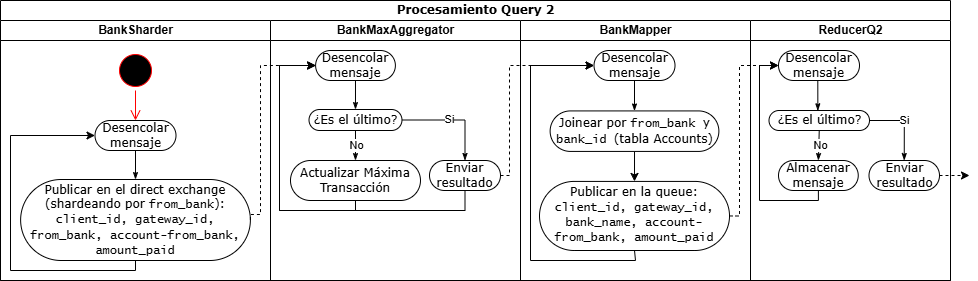
Earlier version of the draw.io export docs/diagramas/diagrama_actividades_q2.png (LucianaLarrosa/tp-distribuidos-moneylaundering). Source tidied: cells renumbered, new cells last; positions are measured from the earlier drawing's top-left corner, leaving out a move shared by most shapes.
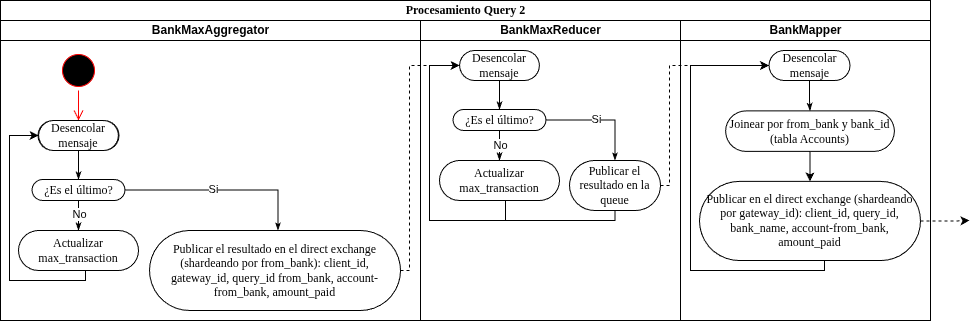
Later version of the same file.

Change to the diagram source:
```diff
@@ -3,73 +3,91 @@
     <mxCell id="0" />
     <mxCell id="1" parent="0" />
     <mxCell id="2" value="Procesamiento Query 2" style="swimlane;html=1;startSize=20;rounded=0;shadow=0;comic=0;labelBackgroundColor=none;strokeWidth=1;fontFamily=Verdana;fontSize=12;align=center;" parent="1" vertex="1">
-      <mxGeometry width="950" height="280" as="geometry" />
+      <mxGeometry width="930" height="320" as="geometry" />
     </mxCell>
-    <mxCell id="3" value="BankSharder" style="swimlane;html=1;startSize=20;align=center;" parent="2" vertex="1">
-      <mxGeometry y="20" width="270" height="260" as="geometry" />
+    <mxCell id="3" value="BankMaxAggregator" style="swimlane;html=1;startSize=20;align=center;" parent="2" vertex="1">
+      <mxGeometry y="20" width="420" height="300" as="geometry" />
     </mxCell>
-    <mxCell id="4" style="edgeStyle=orthogonalEdgeStyle;rounded=0;html=1;labelBackgroundColor=none;startArrow=none;startFill=0;startSize=5;endArrow=classicThin;endFill=1;endSize=5;jettySize=auto;strokeWidth=1;fontFamily=Verdana;fontSize=12;entryX=0.5;entryY=0;entryDx=0;entryDy=0;exitX=0.5;exitY=1;exitDx=0;exitDy=0;" parent="3" edge="1" source="6" target="5">
-      <mxGeometry relative="1" as="geometry">
-        <Array as="points">
-          <mxPoint x="135" y="130" />
-          <mxPoint x="135" y="159" />
-        </Array>
-      </mxGeometry>
-    </mxCell>
-    <mxCell id="5" value="Publicar en el direct exchange (shardeando por &lt;font face=&quot;Lucida Console&quot;&gt;from_bank&lt;/font&gt;): &lt;font face=&quot;Lucida Console&quot;&gt;client_id, gateway_id, from_bank, account-from_bank, amount_paid&lt;/font&gt;" style="rounded=1;whiteSpace=wrap;html=1;shadow=0;comic=0;labelBackgroundColor=none;strokeWidth=1;fontFamily=Verdana;fontSize=12;align=center;arcSize=50;" parent="3" vertex="1">
-      <mxGeometry x="20.1" y="159" width="229.8" height="81" as="geometry" />
-    </mxCell>
     <mxCell id="6" value="Desencolar mensaje" style="rounded=1;whiteSpace=wrap;html=1;shadow=0;comic=0;labelBackgroundColor=none;strokeWidth=1;fontFamily=Verdana;fontSize=12;align=center;arcSize=50;" parent="3" vertex="1">
-      <mxGeometry x="94.5" y="100" width="81" height="30" as="geometry" />
+      <mxGeometry x="37.5" y="100" width="81" height="30" as="geometry" />
     </mxCell>
-    <mxCell id="7" style="edgeStyle=orthogonalEdgeStyle;rounded=0;jettySize=auto;html=1;exitX=0.5;exitY=1;exitDx=0;exitDy=0;entryX=0;entryY=0.5;entryDx=0;entryDy=0;" parent="3" edge="1" source="5" target="6">
-      <mxGeometry relative="1" as="geometry">
-        <Array as="points">
-          <mxPoint x="135" y="250" />
-          <mxPoint x="10" y="250" />
-          <mxPoint x="10" y="115" />
-        </Array>
-      </mxGeometry>
-    </mxCell>
     <mxCell id="8" style="ellipse;html=1;shape=startState;fillColor=#000000;strokeColor=#ff0000;" parent="3" vertex="1">
-      <mxGeometry x="115" y="30" width="40" height="40" as="geometry" />
+      <mxGeometry x="58" y="30" width="40" height="40" as="geometry" />
     </mxCell>
     <mxCell id="9" style="edgeStyle=orthogonalEdgeStyle;html=1;verticalAlign=bottom;endArrow=open;endSize=8;strokeColor=#ff0000;rounded=0;entryX=0.5;entryY=0;entryDx=0;entryDy=0;" parent="3" edge="1" source="8" target="6">
       <mxGeometry relative="1" as="geometry" />
     </mxCell>
+    <mxCell id="42" style="edgeStyle=orthogonalEdgeStyle;rounded=0;html=1;labelBackgroundColor=none;startArrow=none;startFill=0;startSize=5;endArrow=classicThin;endFill=1;endSize=5;jettySize=auto;strokeWidth=1;fontFamily=Verdana;fontSize=12;entryX=0.5;entryY=0;entryDx=0;entryDy=0;exitX=0.5;exitY=1;exitDx=0;exitDy=0;" parent="3" edge="1" source="37" target="43">
+      <mxGeometry relative="1" as="geometry" />
+    </mxCell>
+    <mxCell id="37" value="Desencolar mensaje" style="rounded=1;whiteSpace=wrap;html=1;shadow=0;comic=0;labelBackgroundColor=none;strokeWidth=1;fontFamily=Verdana;fontSize=12;align=center;arcSize=50;" parent="3" vertex="1">
+      <mxGeometry x="38.1" y="100" width="79.8" height="30" as="geometry" />
+    </mxCell>
+    <mxCell id="44" value="Actualizar &lt;font face=&quot;Lucida Console&quot;&gt;max_transaction&lt;/font&gt;" style="rounded=1;whiteSpace=wrap;html=1;shadow=0;comic=0;labelBackgroundColor=none;strokeWidth=1;fontFamily=Verdana;fontSize=12;align=center;arcSize=50;" parent="3" vertex="1">
+      <mxGeometry x="18" y="210" width="120" height="40" as="geometry" />
+    </mxCell>
+    <mxCell id="45" style="edgeStyle=orthogonalEdgeStyle;rounded=0;jettySize=auto;html=1;exitX=0.5;exitY=1;exitDx=0;exitDy=0;entryX=0;entryY=0.5;entryDx=0;entryDy=0;" parent="3" edge="1" source="44" target="37">
+      <mxGeometry relative="1" as="geometry">
+        <Array as="points">
+          <mxPoint x="85" y="260" />
+          <mxPoint x="9" y="260" />
+          <mxPoint x="9" y="115" />
+        </Array>
+      </mxGeometry>
+    </mxCell>
+    <mxCell id="46" style="edgeStyle=none;rounded=0;html=1;labelBackgroundColor=none;startArrow=none;startFill=0;startSize=5;endArrow=classicThin;endFill=1;endSize=5;jettySize=auto;strokeWidth=1;fontFamily=Verdana;fontSize=12;entryX=0.5;entryY=0;entryDx=0;entryDy=0;exitX=0.5;exitY=1;exitDx=0;exitDy=0;" parent="3" edge="1" source="43" target="44">
+      <mxGeometry relative="1" as="geometry" />
+    </mxCell>
+    <mxCell id="41" value="No" style="edgeLabel;html=1;align=center;verticalAlign=middle;" parent="46" vertex="1">
+      <mxGeometry x="-0.09" y="1" relative="1" as="geometry" />
+    </mxCell>
+    <mxCell id="43" value="¿Es el último?" style="rounded=1;whiteSpace=wrap;html=1;shadow=0;comic=0;labelBackgroundColor=none;strokeWidth=1;fontFamily=Verdana;fontSize=12;align=center;arcSize=50;" parent="3" vertex="1">
+      <mxGeometry x="31.5" y="159" width="93" height="21" as="geometry" />
+    </mxCell>
+    <mxCell id="47" style="edgeStyle=orthogonalEdgeStyle;rounded=0;html=1;labelBackgroundColor=none;startArrow=none;startFill=0;startSize=5;endArrow=classicThin;endFill=1;endSize=5;jettySize=auto;strokeWidth=1;fontFamily=Verdana;fontSize=12;entryX=0.5;entryY=0;entryDx=0;entryDy=0;exitX=1;exitY=0.5;exitDx=0;exitDy=0;" parent="3" edge="1" source="43">
+      <mxGeometry relative="1" as="geometry">
+        <mxPoint x="277.5" y="210" as="targetPoint" />
+      </mxGeometry>
+    </mxCell>
+    <mxCell id="36" value="Si" style="edgeLabel;html=1;align=center;verticalAlign=middle;" parent="47" vertex="1">
+      <mxGeometry x="-0.09" y="1" relative="1" as="geometry" />
+    </mxCell>
+    <mxCell id="5" value="Publicar el resultado en el direct exchange (shardeando por &lt;font face=&quot;Lucida Console&quot;&gt;from_bank&lt;/font&gt;): &lt;font face=&quot;Lucida Console&quot;&gt;client_id, gateway_id, query_id from_bank, account-from_bank, amount_paid&lt;/font&gt;" style="rounded=1;whiteSpace=wrap;html=1;shadow=0;comic=0;labelBackgroundColor=none;strokeWidth=1;fontFamily=Verdana;fontSize=12;align=center;arcSize=50;" parent="3" vertex="1">
+      <mxGeometry x="149" y="210" width="251" height="80" as="geometry" />
+    </mxCell>
     <mxCell id="10" style="rounded=0;jettySize=auto;html=1;entryX=0;entryY=0.5;entryDx=0;entryDy=0;dashed=1;edgeStyle=orthogonalEdgeStyle;exitX=1;exitY=0.5;exitDx=0;exitDy=0;" parent="2" edge="1" source="21" target="30">
       <mxGeometry relative="1" as="geometry">
         <Array as="points">
-          <mxPoint x="509" y="175" />
-          <mxPoint x="509" y="65" />
+          <mxPoint x="669" y="185" />
+          <mxPoint x="669" y="65" />
         </Array>
       </mxGeometry>
     </mxCell>
-    <mxCell id="11" style="edgeStyle=orthogonalEdgeStyle;rounded=0;jettySize=auto;html=1;entryX=0;entryY=0.5;entryDx=0;entryDy=0;dashed=1;exitX=1;exitY=0.5;exitDx=0;exitDy=0;" parent="2" edge="1" source="26" target="37">
+    <mxCell id="11" style="edgeStyle=orthogonalEdgeStyle;rounded=0;jettySize=auto;html=1;dashed=1;exitX=1;exitY=0.5;exitDx=0;exitDy=0;" parent="2" edge="1" source="26">
       <mxGeometry relative="1" as="geometry">
+        <mxPoint x="969" y="220" as="targetPoint" />
         <Array as="points">
-          <mxPoint x="739" y="215" />
-          <mxPoint x="739" y="65" />
+          <mxPoint x="955" y="220" />
         </Array>
       </mxGeometry>
     </mxCell>
-    <mxCell id="12" value="BankMaxAggregator" style="swimlane;html=1;startSize=20;align=center;" parent="2" vertex="1">
-      <mxGeometry x="270" y="20" width="250" height="260" as="geometry" />
+    <mxCell id="12" value="BankMaxReducer" style="swimlane;html=1;startSize=20;align=center;" parent="2" vertex="1">
+      <mxGeometry x="420" y="20" width="260" height="300" as="geometry" />
     </mxCell>
     <mxCell id="13" style="edgeStyle=orthogonalEdgeStyle;rounded=0;html=1;labelBackgroundColor=none;startArrow=none;startFill=0;startSize=5;endArrow=classicThin;endFill=1;endSize=5;jettySize=auto;strokeWidth=1;fontFamily=Verdana;fontSize=12;entryX=0.5;entryY=0;entryDx=0;entryDy=0;exitX=0.5;exitY=1;exitDx=0;exitDy=0;" parent="12" edge="1" source="14" target="19">
       <mxGeometry relative="1" as="geometry" />
     </mxCell>
     <mxCell id="14" value="Desencolar mensaje" style="rounded=1;whiteSpace=wrap;html=1;shadow=0;comic=0;labelBackgroundColor=none;strokeWidth=1;fontFamily=Verdana;fontSize=12;align=center;arcSize=50;" parent="12" vertex="1">
-      <mxGeometry x="45.1" y="30" width="79.8" height="30" as="geometry" />
+      <mxGeometry x="39.1" y="30" width="79.8" height="30" as="geometry" />
     </mxCell>
-    <mxCell id="15" value="Actualizar Máxima Transacción" style="rounded=1;whiteSpace=wrap;html=1;shadow=0;comic=0;labelBackgroundColor=none;strokeWidth=1;fontFamily=Verdana;fontSize=12;align=center;arcSize=50;" parent="12" vertex="1">
-      <mxGeometry x="20" y="140" width="130" height="40" as="geometry" />
+    <mxCell id="15" value="Actualizar &lt;font face=&quot;Lucida Console&quot;&gt;max_transaction&lt;/font&gt;" style="rounded=1;whiteSpace=wrap;html=1;shadow=0;comic=0;labelBackgroundColor=none;strokeWidth=1;fontFamily=Verdana;fontSize=12;align=center;arcSize=50;" parent="12" vertex="1">
+      <mxGeometry x="19" y="140" width="120" height="40" as="geometry" />
     </mxCell>
     <mxCell id="16" style="edgeStyle=orthogonalEdgeStyle;rounded=0;jettySize=auto;html=1;exitX=0.5;exitY=1;exitDx=0;exitDy=0;entryX=0;entryY=0.5;entryDx=0;entryDy=0;" parent="12" edge="1" source="15" target="14">
       <mxGeometry relative="1" as="geometry">
         <Array as="points">
-          <mxPoint x="85" y="190" />
-          <mxPoint x="9" y="190" />
+          <mxPoint x="85" y="200" />
+          <mxPoint x="9" y="200" />
           <mxPoint x="9" y="45" />
         </Array>
       </mxGeometry>
@@ -81,19 +99,19 @@
       <mxGeometry x="-0.09" y="1" relative="1" as="geometry" />
     </mxCell>
     <mxCell id="19" value="¿Es el último?" style="rounded=1;whiteSpace=wrap;html=1;shadow=0;comic=0;labelBackgroundColor=none;strokeWidth=1;fontFamily=Verdana;fontSize=12;align=center;arcSize=50;" parent="12" vertex="1">
-      <mxGeometry x="38.5" y="89" width="93" height="21" as="geometry" />
+      <mxGeometry x="32.5" y="89" width="93" height="21" as="geometry" />
     </mxCell>
     <mxCell id="20" style="edgeStyle=orthogonalEdgeStyle;rounded=0;jettySize=auto;html=1;exitX=0.5;exitY=1;exitDx=0;exitDy=0;entryX=0;entryY=0.5;entryDx=0;entryDy=0;" parent="12" edge="1" source="21" target="14">
       <mxGeometry relative="1" as="geometry">
         <Array as="points">
-          <mxPoint x="195" y="190" />
-          <mxPoint x="9" y="190" />
+          <mxPoint x="195" y="200" />
+          <mxPoint x="9" y="200" />
           <mxPoint x="9" y="45" />
         </Array>
       </mxGeometry>
     </mxCell>
-    <mxCell id="21" value="Enviar resultado" style="rounded=1;whiteSpace=wrap;html=1;shadow=0;comic=0;labelBackgroundColor=none;strokeWidth=1;fontFamily=Verdana;fontSize=12;align=center;arcSize=50;" parent="12" vertex="1">
-      <mxGeometry x="159" y="140" width="71" height="30" as="geometry" />
+    <mxCell id="21" value="Publicar el resultado en la queue" style="rounded=1;whiteSpace=wrap;html=1;shadow=0;comic=0;labelBackgroundColor=none;strokeWidth=1;fontFamily=Verdana;fontSize=12;align=center;arcSize=50;" parent="12" vertex="1">
+      <mxGeometry x="149" y="140" width="91" height="50" as="geometry" />
     </mxCell>
     <mxCell id="22" style="edgeStyle=orthogonalEdgeStyle;rounded=0;html=1;labelBackgroundColor=none;startArrow=none;startFill=0;startSize=5;endArrow=classicThin;endFill=1;endSize=5;jettySize=auto;strokeWidth=1;fontFamily=Verdana;fontSize=12;entryX=0.5;entryY=0;entryDx=0;entryDy=0;exitX=1;exitY=0.5;exitDx=0;exitDy=0;" parent="12" edge="1" source="19" target="21">
       <mxGeometry relative="1" as="geometry" />
@@ -101,89 +119,45 @@
     <mxCell id="23" value="Si" style="edgeLabel;html=1;align=center;verticalAlign=middle;" parent="22" vertex="1">
       <mxGeometry x="-0.09" y="1" relative="1" as="geometry" />
     </mxCell>
+    <mxCell id="31" style="edgeStyle=orthogonalEdgeStyle;rounded=0;jettySize=auto;html=1;exitX=1;exitY=0.5;exitDx=0;exitDy=0;entryX=0;entryY=0.5;entryDx=0;entryDy=0;dashed=1;" parent="2" edge="1" source="5" target="14">
+      <mxGeometry relative="1" as="geometry">
+        <Array as="points">
+          <mxPoint x="409" y="270" />
+          <mxPoint x="409" y="65" />
+        </Array>
+      </mxGeometry>
+    </mxCell>
     <mxCell id="24" value="BankMapper" style="swimlane;html=1;startSize=20;align=center;" parent="2" vertex="1">
-      <mxGeometry x="520" y="20" width="230" height="260" as="geometry" />
+      <mxGeometry x="680" y="20" width="250" height="300" as="geometry" />
     </mxCell>
     <mxCell id="25" style="edgeStyle=orthogonalEdgeStyle;rounded=0;html=1;labelBackgroundColor=none;startArrow=none;startFill=0;startSize=5;endArrow=classicThin;endFill=1;endSize=5;jettySize=auto;strokeWidth=1;fontFamily=Verdana;fontSize=12;entryX=0.5;entryY=0;entryDx=0;entryDy=0;" parent="24" edge="1" source="30" target="28">
       <mxGeometry relative="1" as="geometry" />
     </mxCell>
-    <mxCell id="26" value="Publicar en la queue: &lt;font face=&quot;Lucida Console&quot;&gt;client_id, gateway_id, bank_name, account-from_bank, amount_paid&lt;/font&gt;" style="rounded=1;whiteSpace=wrap;html=1;shadow=0;comic=0;labelBackgroundColor=none;strokeWidth=1;fontFamily=Verdana;fontSize=12;align=center;arcSize=50;" parent="24" vertex="1">
-      <mxGeometry x="19" y="160.9" width="190" height="69.1" as="geometry" />
+    <mxCell id="26" value="Publicar en el direct exchange (shardeando por&amp;nbsp;&lt;font face=&quot;Lucida Console&quot;&gt;gateway_id):&amp;nbsp;&lt;/font&gt;&lt;font face=&quot;Lucida Console&quot;&gt;client_id, query_id, bank_name, account-from_bank, amount_paid&lt;/font&gt;" style="rounded=1;whiteSpace=wrap;html=1;shadow=0;comic=0;labelBackgroundColor=none;strokeWidth=1;fontFamily=Verdana;fontSize=12;align=center;arcSize=50;" parent="24" vertex="1">
+      <mxGeometry x="19" y="160.9" width="221" height="79.1" as="geometry" />
     </mxCell>
     <mxCell id="27" style="edgeStyle=orthogonalEdgeStyle;rounded=0;jettySize=auto;html=1;exitX=0.5;exitY=1;exitDx=0;exitDy=0;entryX=0.5;entryY=0;entryDx=0;entryDy=0;" parent="24" edge="1" source="28" target="26">
-      <mxGeometry relative="1" as="geometry" />
+      <mxGeometry relative="1" as="geometry">
+        <Array as="points">
+          <mxPoint x="129" y="150" />
+          <mxPoint x="129" y="150" />
+        </Array>
+      </mxGeometry>
     </mxCell>
     <mxCell id="28" value="Joinear por &lt;font face=&quot;Lucida Console&quot;&gt;from_bank &lt;/font&gt;y &lt;font face=&quot;Lucida Console&quot;&gt;bank_id &lt;/font&gt;(tabla Accounts)" style="rounded=1;whiteSpace=wrap;html=1;shadow=0;comic=0;labelBackgroundColor=none;strokeWidth=1;fontFamily=Verdana;fontSize=12;align=center;arcSize=50;" parent="24" vertex="1">
-      <mxGeometry x="29.6" y="90.4" width="168.8" height="40.5" as="geometry" />
+      <mxGeometry x="45.1" y="90.4" width="168.8" height="40.5" as="geometry" />
     </mxCell>
     <mxCell id="29" style="edgeStyle=orthogonalEdgeStyle;rounded=0;jettySize=auto;html=1;entryX=0;entryY=0.5;entryDx=0;entryDy=0;exitX=0.5;exitY=1;exitDx=0;exitDy=0;" parent="24" edge="1" source="26" target="30">
       <mxGeometry relative="1" as="geometry">
         <Array as="points">
-          <mxPoint x="115" y="240" />
-          <mxPoint x="10" y="240" />
+          <mxPoint x="144" y="250" />
+          <mxPoint x="10" y="250" />
           <mxPoint x="10" y="45" />
         </Array>
       </mxGeometry>
     </mxCell>
     <mxCell id="30" value="Desencolar mensaje" style="rounded=1;whiteSpace=wrap;html=1;shadow=0;comic=0;labelBackgroundColor=none;strokeWidth=1;fontFamily=Verdana;fontSize=12;align=center;arcSize=50;" parent="24" vertex="1">
-      <mxGeometry x="73.5" y="30" width="81" height="30" as="geometry" />
+      <mxGeometry x="88.5" y="30" width="81" height="30" as="geometry" />
     </mxCell>
-    <mxCell id="31" style="edgeStyle=orthogonalEdgeStyle;rounded=0;jettySize=auto;html=1;entryX=0;entryY=0.5;entryDx=0;entryDy=0;dashed=1;exitX=1;exitY=0.5;exitDx=0;exitDy=0;" parent="2" edge="1" source="5" target="14">
-      <mxGeometry relative="1" as="geometry">
-        <Array as="points">
-          <mxPoint x="250" y="214" />
-          <mxPoint x="260" y="214" />
-          <mxPoint x="260" y="65" />
-        </Array>
-      </mxGeometry>
-    </mxCell>
-    <mxCell id="32" value="ReducerQ2" style="swimlane;html=1;startSize=20;" parent="2" vertex="1">
-      <mxGeometry x="750" y="20" width="200" height="260" as="geometry" />
-    </mxCell>
-    <mxCell id="33" style="edgeStyle=orthogonalEdgeStyle;rounded=0;jettySize=auto;html=1;exitX=1;exitY=0.5;exitDx=0;exitDy=0;dashed=1;" parent="32" edge="1" source="34">
-      <mxGeometry relative="1" as="geometry">
-        <mxPoint x="219" y="155" as="targetPoint" />
-      </mxGeometry>
-    </mxCell>
-    <mxCell id="34" value="Enviar resultado" style="rounded=1;whiteSpace=wrap;html=1;shadow=0;comic=0;labelBackgroundColor=none;strokeWidth=1;fontFamily=Verdana;fontSize=12;align=center;arcSize=50;" parent="32" vertex="1">
-      <mxGeometry x="118.5" y="140" width="70.5" height="30" as="geometry" />
-    </mxCell>
-    <mxCell id="35" style="edgeStyle=orthogonalEdgeStyle;rounded=0;html=1;labelBackgroundColor=none;startArrow=none;startFill=0;startSize=5;endArrow=classicThin;endFill=1;endSize=5;jettySize=auto;strokeWidth=1;fontFamily=Verdana;fontSize=12;entryX=0.5;entryY=0;entryDx=0;entryDy=0;exitX=1;exitY=0.5;exitDx=0;exitDy=0;" parent="32" edge="1" source="43" target="34">
-      <mxGeometry relative="1" as="geometry" />
-    </mxCell>
-    <mxCell id="36" value="Si" style="edgeLabel;html=1;align=center;verticalAlign=middle;" parent="35" vertex="1">
-      <mxGeometry x="-0.09" y="1" relative="1" as="geometry" />
-    </mxCell>
-    <mxCell id="37" value="Desencolar mensaje" style="rounded=1;whiteSpace=wrap;html=1;shadow=0;comic=0;labelBackgroundColor=none;strokeWidth=1;fontFamily=Verdana;fontSize=12;align=center;arcSize=50;" parent="32" vertex="1">
-      <mxGeometry x="28" y="30" width="81" height="30" as="geometry" />
-    </mxCell>
-    <mxCell id="38" style="edgeStyle=orthogonalEdgeStyle;rounded=0;jettySize=auto;html=1;exitX=0.5;exitY=1;exitDx=0;exitDy=0;entryX=0;entryY=0.5;entryDx=0;entryDy=0;" parent="32" edge="1" source="39" target="37">
-      <mxGeometry relative="1" as="geometry">
-        <Array as="points">
-          <mxPoint x="68" y="180" />
-          <mxPoint x="9" y="180" />
-          <mxPoint x="9" y="45" />
-        </Array>
-      </mxGeometry>
-    </mxCell>
-    <mxCell id="39" value="Almacenar mensaje" style="rounded=1;whiteSpace=wrap;html=1;shadow=0;comic=0;labelBackgroundColor=none;strokeWidth=1;fontFamily=Verdana;fontSize=12;align=center;arcSize=50;" parent="32" vertex="1">
-      <mxGeometry x="28" y="140" width="79.8" height="30" as="geometry" />
-    </mxCell>
-    <mxCell id="40" style="edgeStyle=none;rounded=0;html=1;labelBackgroundColor=none;startArrow=none;startFill=0;startSize=5;endArrow=classicThin;endFill=1;endSize=5;jettySize=auto;strokeWidth=1;fontFamily=Verdana;fontSize=12;entryX=0.5;entryY=0;entryDx=0;entryDy=0;exitX=0.5;exitY=1;exitDx=0;exitDy=0;" parent="32" edge="1" source="43" target="39">
-      <mxGeometry relative="1" as="geometry" />
-    </mxCell>
-    <mxCell id="41" value="No" style="edgeLabel;html=1;align=center;verticalAlign=middle;" parent="40" vertex="1">
-      <mxGeometry x="-0.09" y="1" relative="1" as="geometry" />
-    </mxCell>
-    <mxCell id="42" style="edgeStyle=orthogonalEdgeStyle;rounded=0;html=1;labelBackgroundColor=none;startArrow=none;startFill=0;startSize=5;endArrow=classicThin;endFill=1;endSize=5;jettySize=auto;strokeWidth=1;fontFamily=Verdana;fontSize=12;entryX=0.486;entryY=0.014;entryDx=0;entryDy=0;exitX=0.5;exitY=1;exitDx=0;exitDy=0;entryPerimeter=0;" parent="32" edge="1" source="37" target="43">
-      <mxGeometry relative="1" as="geometry">
-        <Array as="points">
-          <mxPoint x="67" y="60" />
-        </Array>
-      </mxGeometry>
-    </mxCell>
-    <mxCell id="43" value="¿Es el último?" style="rounded=1;whiteSpace=wrap;html=1;shadow=0;comic=0;labelBackgroundColor=none;strokeWidth=1;fontFamily=Verdana;fontSize=12;align=center;arcSize=50;" parent="32" vertex="1">
-      <mxGeometry x="18.5" y="90" width="100.5" height="20" as="geometry" />
-    </mxCell>
   </root>
 </mxGraphModel>
```
